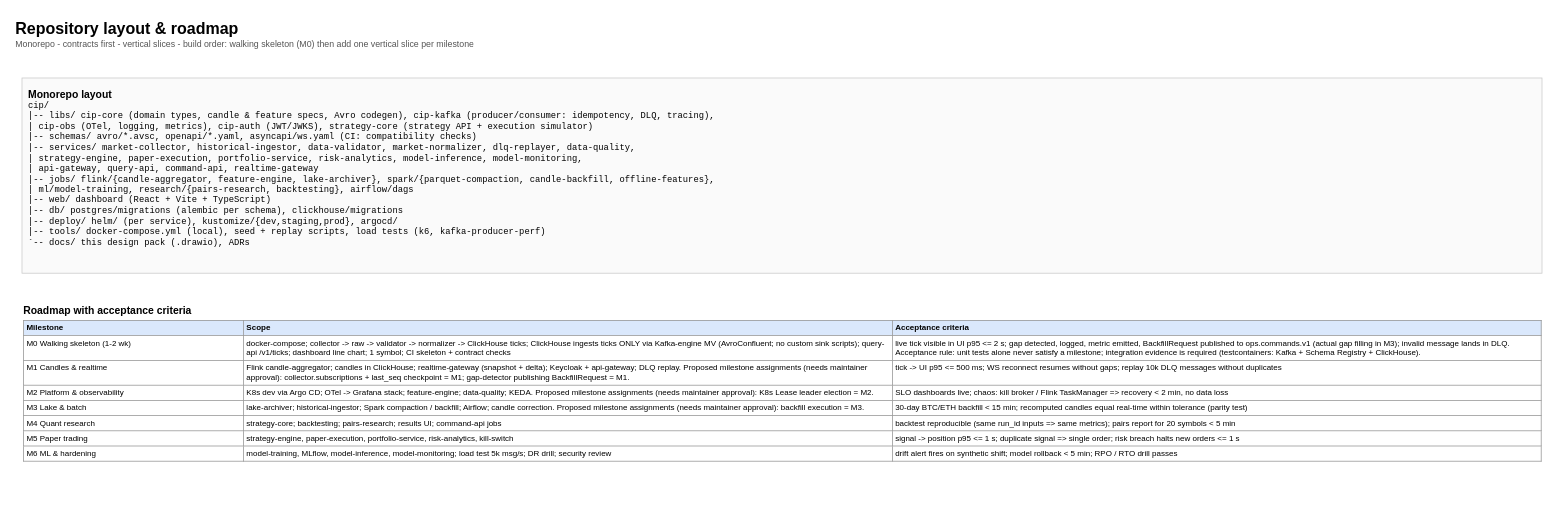
23520904/trading-bot keeps this draw.io diagram as page "17 Repo Layout & Roadmap" (18 of 18) of docs/architecture/CIP-architecture-design-pack.drawio. Above is the earlier version. Source tidied: cells renumbered, new cells numbered last; positions are measured from the earlier drawing's top-left corner, leaving out a move shared by most shapes. Both pictures are drawn from the tidied source at 80%, with x=0, y=0 at pixel (14, 14).
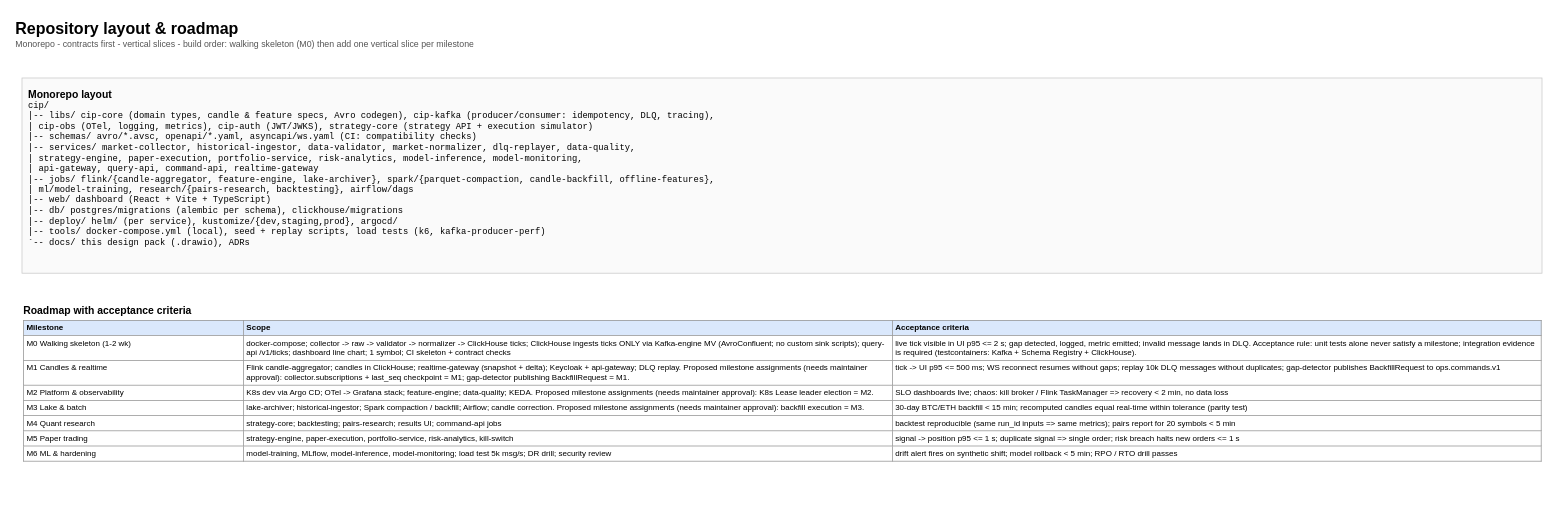
After the change.

Change to the diagram source:
```diff
@@
 <mxGraphModel>
   <root>
     <mxCell id="0" />
     <mxCell id="1" parent="0" />
     <mxCell id="2" value="&lt;b style=&quot;font-size:20px&quot;&gt;Repository layout &amp;amp; roadmap&lt;/b&gt;&lt;br&gt;&lt;span style=&quot;font-size:11px;color:#555555&quot;&gt;Monorepo - contracts first - vertical slices - build order: walking skeleton (M0) then add one vertical slice per milestone&lt;/span&gt;" style="text;html=1;align=left;verticalAlign=top;whiteSpace=wrap;overflow=hidden;" parent="1" vertex="1">
       <mxGeometry width="1800" height="60" as="geometry" />
     </mxCell>
     <mxCell id="3" value="&lt;b style=&quot;font-size:13px&quot;&gt;Monorepo layout&lt;/b&gt;&lt;br&gt;&lt;div style=&quot;font-family:Courier New;font-size:11px;word-break:break-all;&quot;&gt;cip/&lt;br&gt;|-- libs/        cip-core (domain types, candle &amp;amp; feature specs, Avro codegen), cip-kafka (producer/consumer: idempotency, DLQ, tracing),&lt;br&gt;|                cip-obs (OTel, logging, metrics), cip-auth (JWT/JWKS), strategy-core (strategy API + execution simulator)&lt;br&gt;|-- schemas/     avro/*.avsc, openapi/*.yaml, asyncapi/ws.yaml          (CI: compatibility checks)&lt;br&gt;|-- services/    market-collector, historical-ingestor, data-validator, market-normalizer, dlq-replayer, data-quality,&lt;br&gt;|                strategy-engine, paper-execution, portfolio-service, risk-analytics, model-inference, model-monitoring,&lt;br&gt;|                api-gateway, query-api, command-api, realtime-gateway&lt;br&gt;|-- jobs/        flink/{candle-aggregator, feature-engine, lake-archiver}, spark/{parquet-compaction, candle-backfill, offline-features},&lt;br&gt;|                ml/model-training, research/{pairs-research, backtesting}, airflow/dags&lt;br&gt;|-- web/         dashboard (React + Vite + TypeScript)&lt;br&gt;|-- db/          postgres/migrations (alembic per schema), clickhouse/migrations&lt;br&gt;|-- deploy/      helm/ (per service), kustomize/{dev,staging,prod}, argocd/&lt;br&gt;|-- tools/       docker-compose.yml (local), seed + replay scripts, load tests (k6, kafka-producer-perf)&lt;br&gt;`-- docs/        this design pack (.drawio), ADRs&lt;br&gt;&lt;/div&gt;" style="rounded=0;whiteSpace=wrap;html=1;fillColor=#fafafa;strokeColor=#cccccc;align=left;verticalAlign=top;spacing=8;overflow=visible;" parent="1" vertex="1">
       <mxGeometry x="10" y="80" width="1900" height="244" as="geometry" />
     </mxCell>
-    <mxCell id="4" value="&lt;div style=&quot;font-size:13px;font-weight:bold;padding:2px 0 4px 0;&quot;&gt;Roadmap with acceptance criteria&lt;/div&gt;&lt;table border=&quot;1&quot; cellpadding=&quot;3&quot; cellspacing=&quot;0&quot; style=&quot;border-collapse:collapse;border-color:#999999;font-size:10px;width:100%;table-layout:fixed;&quot;&gt;&lt;tr style=&quot;background:#dae8fc;font-weight:bold;&quot;&gt;&lt;td valign=&quot;top&quot; width=&quot;14.3%&quot;&gt;Milestone&lt;/td&gt;&lt;td valign=&quot;top&quot; width=&quot;42.9%&quot;&gt;Scope&lt;/td&gt;&lt;td valign=&quot;top&quot; width=&quot;42.9%&quot;&gt;Acceptance criteria&lt;/td&gt;&lt;/tr&gt;&lt;tr&gt;&lt;td valign=&quot;top&quot; style=&quot;word-wrap:break-word;&quot;&gt;M0 Walking skeleton (1-2 wk)&lt;/td&gt;&lt;td valign=&quot;top&quot; style=&quot;word-wrap:break-word;&quot;&gt;docker-compose; collector -&amp;gt; raw -&amp;gt; validator -&amp;gt; normalizer -&amp;gt; ClickHouse ticks; ClickHouse ingests ticks ONLY via Kafka-engine MV (AvroConfluent; no custom sink scripts); query-api /v1/ticks; dashboard line chart; 1 symbol; CI skeleton + contract checks&lt;/td&gt;&lt;td valign=&quot;top&quot; style=&quot;word-wrap:break-word;&quot;&gt;live tick visible in UI p95 &amp;lt;= 2 s; gap detected, logged, metric emitted, BackfillRequest published to ops.commands.v1 (actual gap filling in M3); invalid message lands in DLQ. Acceptance rule: unit tests alone never satisfy a milestone; integration evidence is required (testcontainers: Kafka + Schema Registry + ClickHouse).&lt;/td&gt;&lt;/tr&gt;&lt;tr&gt;&lt;td valign=&quot;top&quot; style=&quot;word-wrap:break-word;&quot;&gt;M1 Candles &amp;amp; realtime&lt;/td&gt;&lt;td valign=&quot;top&quot; style=&quot;word-wrap:break-word;&quot;&gt;Flink candle-aggregator; candles in ClickHouse; realtime-gateway (snapshot + delta); Keycloak + api-gateway; DLQ replay. Proposed milestone assignments (needs maintainer approval): collector.subscriptions + last_seq checkpoint = M1; gap-detector publishing BackfillRequest = M1.&lt;/td&gt;&lt;td valign=&quot;top&quot; style=&quot;word-wrap:break-word;&quot;&gt;tick -&amp;gt; UI p95 &amp;lt;= 500 ms; WS reconnect resumes without gaps; replay 10k DLQ messages without duplicates&lt;/td&gt;&lt;/tr&gt;&lt;tr&gt;&lt;td valign=&quot;top&quot; style=&quot;word-wrap:break-word;&quot;&gt;M2 Platform &amp;amp; observability&lt;/td&gt;&lt;td valign=&quot;top&quot; style=&quot;word-wrap:break-word;&quot;&gt;K8s dev via Argo CD; OTel -&amp;gt; Grafana stack; feature-engine; data-quality; KEDA. Proposed milestone assignments (needs maintainer approval): K8s Lease leader election = M2.&lt;/td&gt;&lt;td valign=&quot;top&quot; style=&quot;word-wrap:break-word;&quot;&gt;SLO dashboards live; chaos: kill broker / Flink TaskManager =&amp;gt; recovery &amp;lt; 2 min, no data loss&lt;/td&gt;&lt;/tr&gt;&lt;tr&gt;&lt;td valign=&quot;top&quot; style=&quot;word-wrap:break-word;&quot;&gt;M3 Lake &amp;amp; batch&lt;/td&gt;&lt;td valign=&quot;top&quot; style=&quot;word-wrap:break-word;&quot;&gt;lake-archiver; historical-ingestor; Spark compaction / backfill; Airflow; candle correction. Proposed milestone assignments (needs maintainer approval): backfill execution = M3.&lt;/td&gt;&lt;td valign=&quot;top&quot; style=&quot;word-wrap:break-word;&quot;&gt;30-day BTC/ETH backfill &amp;lt; 15 min; recomputed candles equal real-time within tolerance (parity test)&lt;/td&gt;&lt;/tr&gt;&lt;tr&gt;&lt;td valign=&quot;top&quot; style=&quot;word-wrap:break-word;&quot;&gt;M4 Quant research&lt;/td&gt;&lt;td valign=&quot;top&quot; style=&quot;word-wrap:break-word;&quot;&gt;strategy-core; backtesting; pairs-research; results UI; command-api jobs&lt;/td&gt;&lt;td valign=&quot;top&quot; style=&quot;word-wrap:break-word;&quot;&gt;backtest reproducible (same run_id inputs =&amp;gt; same metrics); pairs report for 20 symbols &amp;lt; 5 min&lt;/td&gt;&lt;/tr&gt;&lt;tr&gt;&lt;td valign=&quot;top&quot; style=&quot;word-wrap:break-word;&quot;&gt;M5 Paper trading&lt;/td&gt;&lt;td valign=&quot;top&quot; style=&quot;word-wrap:break-word;&quot;&gt;strategy-engine, paper-execution, portfolio-service, risk-analytics, kill-switch&lt;/td&gt;&lt;td valign=&quot;top&quot; style=&quot;word-wrap:break-word;&quot;&gt;signal -&amp;gt; position p95 &amp;lt;= 1 s; duplicate signal =&amp;gt; single order; risk breach halts new orders &amp;lt;= 1 s&lt;/td&gt;&lt;/tr&gt;&lt;tr&gt;&lt;td valign=&quot;top&quot; style=&quot;word-wrap:break-word;&quot;&gt;M6 ML &amp;amp; hardening&lt;/td&gt;&lt;td valign=&quot;top&quot; style=&quot;word-wrap:break-word;&quot;&gt;model-training, MLflow, model-inference, model-monitoring; load test 5k msg/s; DR drill; security review&lt;/td&gt;&lt;td valign=&quot;top&quot; style=&quot;word-wrap:break-word;&quot;&gt;drift alert fires on synthetic shift; model rollback &amp;lt; 5 min; RPO / RTO drill passes&lt;/td&gt;&lt;/tr&gt;&lt;/table&gt;" style="text;html=1;strokeColor=none;fillColor=none;align=left;verticalAlign=top;whiteSpace=wrap;overflow=visible;" parent="1" vertex="1">
-      <mxGeometry x="10" y="354" width="1900" height="263" as="geometry" />
+    <mxCell id="4" value="&lt;div style=&quot;font-size:13px;font-weight:bold;padding:2px 0 4px 0;&quot;&gt;Roadmap with acceptance criteria&lt;/div&gt;&lt;table border=&quot;1&quot; cellpadding=&quot;3&quot; cellspacing=&quot;0&quot; style=&quot;border-collapse:collapse;border-color:#999999;font-size:10px;width:100%;table-layout:fixed;&quot;&gt;&lt;tr style=&quot;background:#dae8fc;font-weight:bold;&quot;&gt;&lt;td valign=&quot;top&quot; width=&quot;14.3%&quot;&gt;Milestone&lt;/td&gt;&lt;td valign=&quot;top&quot; width=&quot;42.9%&quot;&gt;Scope&lt;/td&gt;&lt;td valign=&quot;top&quot; width=&quot;42.9%&quot;&gt;Acceptance criteria&lt;/td&gt;&lt;/tr&gt;&lt;tr&gt;&lt;td valign=&quot;top&quot; style=&quot;word-wrap:break-word;&quot;&gt;M0 Walking skeleton (1-2 wk)&lt;/td&gt;&lt;td valign=&quot;top&quot; style=&quot;word-wrap:break-word;&quot;&gt;docker-compose; collector -&amp;gt; raw -&amp;gt; validator -&amp;gt; normalizer -&amp;gt; ClickHouse ticks; ClickHouse ingests ticks ONLY via Kafka-engine MV (AvroConfluent; no custom sink scripts); query-api /v1/ticks; dashboard line chart; 1 symbol; CI skeleton + contract checks&lt;/td&gt;&lt;td valign=&quot;top&quot; style=&quot;word-wrap:break-word;&quot;&gt;live tick visible in UI p95 &amp;lt;= 2 s; gap detected, logged, metric emitted; invalid message lands in DLQ. Acceptance rule: unit tests alone never satisfy a milestone; integration evidence is required (testcontainers: Kafka + Schema Registry + ClickHouse).&lt;/td&gt;&lt;/tr&gt;&lt;tr&gt;&lt;td valign=&quot;top&quot; style=&quot;word-wrap:break-word;&quot;&gt;M1 Candles &amp;amp; realtime&lt;/td&gt;&lt;td valign=&quot;top&quot; style=&quot;word-wrap:break-word;&quot;&gt;Flink candle-aggregator; candles in ClickHouse; realtime-gateway (snapshot + delta); Keycloak + api-gateway; DLQ replay. Proposed milestone assignments (needs maintainer approval): collector.subscriptions + last_seq checkpoint = M1; gap-detector publishing BackfillRequest = M1.&lt;/td&gt;&lt;td valign=&quot;top&quot; style=&quot;word-wrap:break-word;&quot;&gt;tick -&amp;gt; UI p95 &amp;lt;= 500 ms; WS reconnect resumes without gaps; replay 10k DLQ messages without duplicates; gap-detector publishes BackfillRequest to ops.commands.v1&lt;/td&gt;&lt;/tr&gt;&lt;tr&gt;&lt;td valign=&quot;top&quot; style=&quot;word-wrap:break-word;&quot;&gt;M2 Platform &amp;amp; observability&lt;/td&gt;&lt;td valign=&quot;top&quot; style=&quot;word-wrap:break-word;&quot;&gt;K8s dev via Argo CD; OTel -&amp;gt; Grafana stack; feature-engine; data-quality; KEDA. Proposed milestone assignments (needs maintainer approval): K8s Lease leader election = M2.&lt;/td&gt;&lt;td valign=&quot;top&quot; style=&quot;word-wrap:break-word;&quot;&gt;SLO dashboards live; chaos: kill broker / Flink TaskManager =&amp;gt; recovery &amp;lt; 2 min, no data loss&lt;/td&gt;&lt;/tr&gt;&lt;tr&gt;&lt;td valign=&quot;top&quot; style=&quot;word-wrap:break-word;&quot;&gt;M3 Lake &amp;amp; batch&lt;/td&gt;&lt;td valign=&quot;top&quot; style=&quot;word-wrap:break-word;&quot;&gt;lake-archiver; historical-ingestor; Spark compaction / backfill; Airflow; candle correction. Proposed milestone assignments (needs maintainer approval): backfill execution = M3.&lt;/td&gt;&lt;td valign=&quot;top&quot; style=&quot;word-wrap:break-word;&quot;&gt;30-day BTC/ETH backfill &amp;lt; 15 min; recomputed candles equal real-time within tolerance (parity test)&lt;/td&gt;&lt;/tr&gt;&lt;tr&gt;&lt;td valign=&quot;top&quot; style=&quot;word-wrap:break-word;&quot;&gt;M4 Quant research&lt;/td&gt;&lt;td valign=&quot;top&quot; style=&quot;word-wrap:break-word;&quot;&gt;strategy-core; backtesting; pairs-research; results UI; command-api jobs&lt;/td&gt;&lt;td valign=&quot;top&quot; style=&quot;word-wrap:break-word;&quot;&gt;backtest reproducible (same run_id inputs =&amp;gt; same metrics); pairs report for 20 symbols &amp;lt; 5 min&lt;/td&gt;&lt;/tr&gt;&lt;tr&gt;&lt;td valign=&quot;top&quot; style=&quot;word-wrap:break-word;&quot;&gt;M5 Paper trading&lt;/td&gt;&lt;td valign=&quot;top&quot; style=&quot;word-wrap:break-word;&quot;&gt;strategy-engine, paper-execution, portfolio-service, risk-analytics, kill-switch&lt;/td&gt;&lt;td valign=&quot;top&quot; style=&quot;word-wrap:break-word;&quot;&gt;signal -&amp;gt; position p95 &amp;lt;= 1 s; duplicate signal =&amp;gt; single order; risk breach halts new orders &amp;lt;= 1 s&lt;/td&gt;&lt;/tr&gt;&lt;tr&gt;&lt;td valign=&quot;top&quot; style=&quot;word-wrap:break-word;&quot;&gt;M6 ML &amp;amp; hardening&lt;/td&gt;&lt;td valign=&quot;top&quot; style=&quot;word-wrap:break-word;&quot;&gt;model-training, MLflow, model-inference, model-monitoring; load test 5k msg/s; DR drill; security review&lt;/td&gt;&lt;td valign=&quot;top&quot; style=&quot;word-wrap:break-word;&quot;&gt;drift alert fires on synthetic shift; model rollback &amp;lt; 5 min; RPO / RTO drill passes&lt;/td&gt;&lt;/tr&gt;&lt;/table&gt;" style="text;html=1;strokeColor=none;fillColor=none;align=left;verticalAlign=top;whiteSpace=wrap;overflow=visible;" parent="1" vertex="1">
+      <mxGeometry x="10" y="354" width="1900" height="250" as="geometry" />
     </mxCell>
   </root>
 </mxGraphModel>
```
